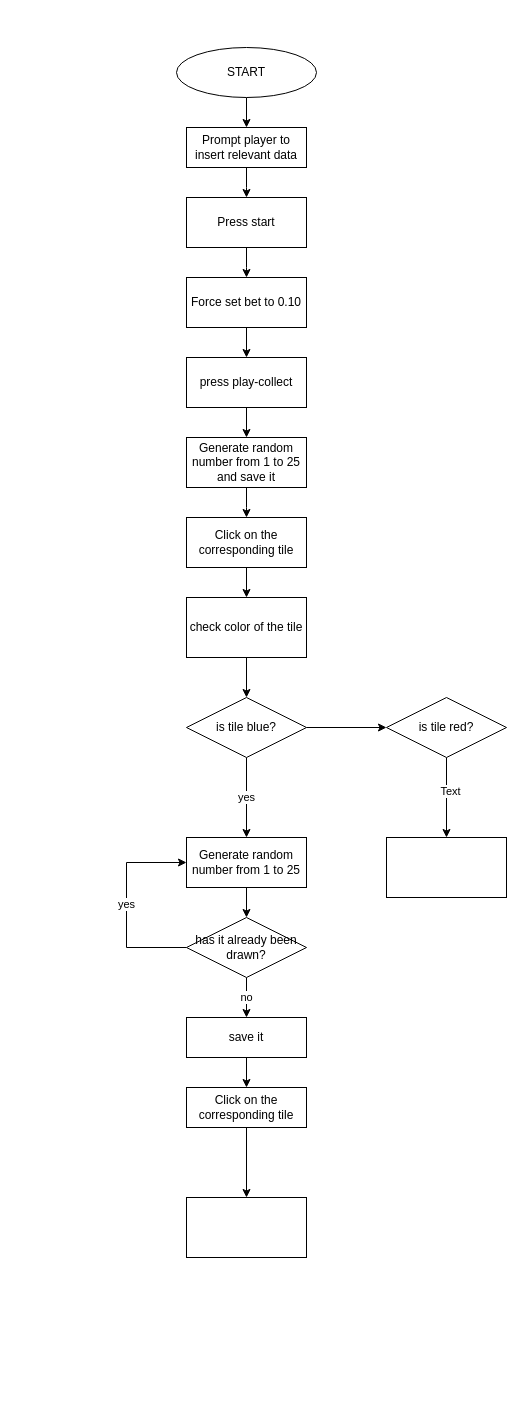
The draw.io diagram Diagramma senza titolo.drawio in RaveTheN/Gratta-e-vinci, before the edit. Source tidied: cells renumbered, new cells numbered last; positions are measured from the earlier drawing's top-left corner, leaving out a move shared by most shapes. Both pictures are drawn from the tidied source at 100%, with x=0, y=0 at pixel (126, 47).
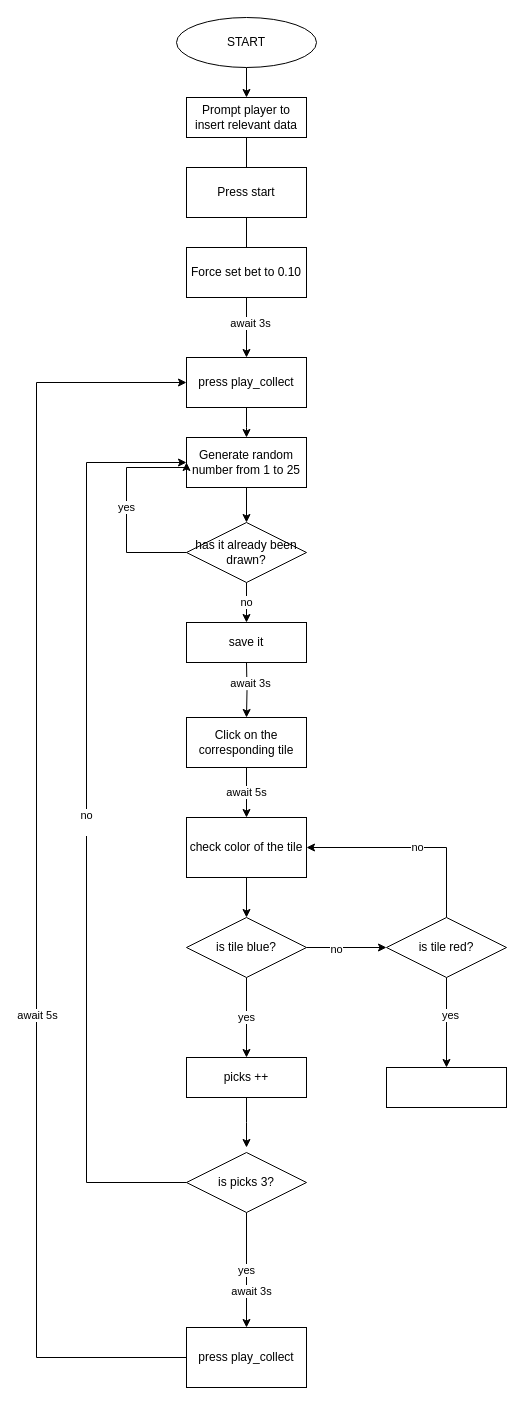
The same diagram, later.

The change refers to these unchanged cells:
```xml
<mxCell id="8" style="edgeStyle=orthogonalEdgeStyle;rounded=0;jettySize=auto;html=1;" parent="1" edge="1" source="9" target="11">
  <mxGeometry relative="1" as="geometry" />
</mxCell>
<mxCell id="19" style="edgeStyle=orthogonalEdgeStyle;rounded=0;jettySize=auto;html=1;" parent="1" edge="1" source="20" target="23">
  <mxGeometry relative="1" as="geometry" />
</mxCell>
<mxCell id="21" style="edgeStyle=orthogonalEdgeStyle;rounded=0;jettySize=auto;html=1;" parent="1" edge="1" source="23" target="24">
  <mxGeometry relative="1" as="geometry" />
</mxCell>
```

Diff of the diagram source:
```diff
@@
     <mxCell id="3" value="START" style="ellipse;whiteSpace=wrap;html=1;" parent="1" vertex="1">
-      <mxGeometry x="50" width="140" height="50" as="geometry" />
+      <mxGeometry x="50" y="-30" width="140" height="50" as="geometry" />
     </mxCell>
@@
     <mxCell id="5" value="Prompt player to insert relevant data" style="rounded=0;whiteSpace=wrap;html=1;" parent="1" vertex="1">
-      <mxGeometry x="60" y="80" width="120" height="40" as="geometry" />
+      <mxGeometry x="60" y="50" width="120" height="40" as="geometry" />
     </mxCell>
@@
     <mxCell id="7" value="Press start" style="rounded=0;whiteSpace=wrap;html=1;" parent="1" vertex="1">
-      <mxGeometry x="60" y="150" width="120" height="50" as="geometry" />
+      <mxGeometry x="60" y="120" width="120" height="50" as="geometry" />
     </mxCell>
@@
+    <mxCell id="35" value="await 3s" style="edgeLabel;html=1;align=center;verticalAlign=middle;" parent="8" vertex="1">
+      <mxGeometry x="-0.17" y="3" relative="1" as="geometry" />
+    </mxCell>
     <mxCell id="9" value="Force set bet to 0.10" style="rounded=0;whiteSpace=wrap;html=1;" parent="1" vertex="1">
-      <mxGeometry x="60" y="230" width="120" height="50" as="geometry" />
+      <mxGeometry x="60" y="200" width="120" height="50" as="geometry" />
     </mxCell>
-    <mxCell id="10" style="edgeStyle=orthogonalEdgeStyle;rounded=0;jettySize=auto;html=1;" parent="1" edge="1" source="11" target="13">
-      <mxGeometry relative="1" as="geometry" />
+    <mxCell id="10" style="edgeStyle=orthogonalEdgeStyle;rounded=0;jettySize=auto;html=1;" parent="1" edge="1" source="11">
+      <mxGeometry relative="1" as="geometry">
+        <mxPoint x="120" y="390" as="targetPoint" />
+      </mxGeometry>
     </mxCell>
-    <mxCell id="11" value="press play-collect" style="rounded=0;whiteSpace=wrap;html=1;" parent="1" vertex="1">
+    <mxCell id="11" value="press play_collect" style="rounded=0;whiteSpace=wrap;html=1;" parent="1" vertex="1">
       <mxGeometry x="60" y="310" width="120" height="50" as="geometry" />
     </mxCell>
-    <mxCell id="12" style="edgeStyle=orthogonalEdgeStyle;rounded=0;jettySize=auto;html=1;" parent="1" edge="1" source="13">
+    <mxCell id="12" style="edgeStyle=orthogonalEdgeStyle;rounded=0;jettySize=auto;html=1;entryX=0.5;entryY=0;entryDx=0;entryDy=0;" parent="1" edge="1" target="15">
       <mxGeometry relative="1" as="geometry">
-        <mxPoint x="120" y="470" as="targetPoint" />
+        <mxPoint x="120" y="615" as="sourcePoint" />
       </mxGeometry>
     </mxCell>
-    <mxCell id="13" value="Generate random number from 1 to 25 and save it" style="rounded=0;whiteSpace=wrap;html=1;" parent="1" vertex="1">
-      <mxGeometry x="60" y="390" width="120" height="50" as="geometry" />
-    </mxCell>
+    <mxCell id="36" value="await 3s" style="edgeLabel;html=1;align=center;verticalAlign=middle;" parent="12" vertex="1">
+      <mxGeometry x="-0.24" y="3" relative="1" as="geometry" />
+    </mxCell>
-    <mxCell id="14" style="edgeStyle=orthogonalEdgeStyle;rounded=0;jettySize=auto;html=1;" parent="1" edge="1" source="15" target="17">
+    <mxCell id="14" value="await 5s" style="edgeStyle=orthogonalEdgeStyle;rounded=0;jettySize=auto;html=1;" parent="1" edge="1" source="15" target="17">
       <mxGeometry relative="1" as="geometry" />
     </mxCell>
     <mxCell id="15" value="Click on the corresponding tile" style="rounded=0;whiteSpace=wrap;html=1;" parent="1" vertex="1">
-      <mxGeometry x="60" y="470" width="120" height="50" as="geometry" />
+      <mxGeometry x="60" y="670" width="120" height="50" as="geometry" />
     </mxCell>
@@
     <mxCell id="17" value="check color of the tile" style="whiteSpace=wrap;html=1;rounded=0;" parent="1" vertex="1">
-      <mxGeometry x="60" y="550" width="120" height="60" as="geometry" />
+      <mxGeometry x="60" y="770" width="120" height="60" as="geometry" />
     </mxCell>
     <mxCell id="18" value="yes" style="edgeStyle=orthogonalEdgeStyle;rounded=0;jettySize=auto;html=1;" parent="1" edge="1" source="20">
       <mxGeometry relative="1" as="geometry">
-        <mxPoint x="120" y="790" as="targetPoint" />
+        <mxPoint x="120" y="1010" as="targetPoint" />
       </mxGeometry>
     </mxCell>
@@
+    <mxCell id="37" value="no" style="edgeLabel;html=1;align=center;verticalAlign=middle;" parent="19" vertex="1">
+      <mxGeometry x="-0.28" y="-1" relative="1" as="geometry" />
+    </mxCell>
     <mxCell id="20" value="is tile blue?" style="rhombus;whiteSpace=wrap;html=1;rounded=0;" parent="1" vertex="1">
-      <mxGeometry x="60" y="650" width="120" height="60" as="geometry" />
+      <mxGeometry x="60" y="870" width="120" height="60" as="geometry" />
     </mxCell>
@@
-    <mxCell id="22" value="Text" style="edgeLabel;html=1;align=center;verticalAlign=middle;" parent="21" vertex="1">
+    <mxCell id="22" value="yes" style="edgeLabel;html=1;align=center;verticalAlign=middle;" parent="21" vertex="1">
       <mxGeometry x="-0.17" y="3" relative="1" as="geometry" />
     </mxCell>
+    <mxCell id="38" style="edgeStyle=orthogonalEdgeStyle;rounded=0;jettySize=auto;html=1;entryX=1;entryY=0.5;entryDx=0;entryDy=0;" parent="1" edge="1" source="23" target="17">
+      <mxGeometry relative="1" as="geometry">
+        <Array as="points">
+          <mxPoint x="320" y="800" />
+        </Array>
+      </mxGeometry>
+    </mxCell>
+    <mxCell id="39" value="no" style="edgeLabel;html=1;align=center;verticalAlign=middle;" parent="38" vertex="1">
+      <mxGeometry x="-0.05" y="-1" relative="1" as="geometry" />
+    </mxCell>
     <mxCell id="23" value="is tile red?" style="rhombus;whiteSpace=wrap;html=1;rounded=0;" parent="1" vertex="1">
-      <mxGeometry x="260" y="650" width="120" height="60" as="geometry" />
+      <mxGeometry x="260" y="870" width="120" height="60" as="geometry" />
     </mxCell>
     <mxCell id="24" style="rounded=0;whiteSpace=wrap;html=1;" parent="1" vertex="1">
-      <mxGeometry x="260" y="790" width="120" height="60" as="geometry" />
+      <mxGeometry x="260" y="1020" width="120" height="40" as="geometry" />
     </mxCell>
+    <mxCell id="40" style="edgeStyle=orthogonalEdgeStyle;rounded=0;jettySize=auto;html=1;" parent="1" edge="1" source="41">
+      <mxGeometry relative="1" as="geometry">
+        <mxPoint x="120" y="1100" as="targetPoint" />
+      </mxGeometry>
+    </mxCell>
+    <mxCell id="41" value="picks ++" style="rounded=0;whiteSpace=wrap;html=1;" parent="1" vertex="1">
+      <mxGeometry x="60" y="1010" width="120" height="40" as="geometry" />
+    </mxCell>
+    <mxCell id="42" value="no&lt;div&gt;&lt;br&gt;&lt;/div&gt;" style="edgeStyle=orthogonalEdgeStyle;rounded=0;jettySize=auto;html=1;entryX=0;entryY=0.5;entryDx=0;entryDy=0;" parent="1" edge="1" source="45" target="26">
+      <mxGeometry relative="1" as="geometry">
+        <Array as="points">
+          <mxPoint x="-40" y="1135" />
+          <mxPoint x="-40" y="415" />
+        </Array>
+      </mxGeometry>
+    </mxCell>
+    <mxCell id="43" value="yes" style="edgeStyle=orthogonalEdgeStyle;rounded=0;jettySize=auto;html=1;" parent="1" edge="1" source="45" target="48">
+      <mxGeometry relative="1" as="geometry" />
+    </mxCell>
+    <mxCell id="44" value="await 3s" style="edgeLabel;html=1;align=center;verticalAlign=middle;" parent="43" vertex="1">
+      <mxGeometry x="0.36" y="4" relative="1" as="geometry" />
+    </mxCell>
+    <mxCell id="45" value="is picks 3?" style="rhombus;whiteSpace=wrap;html=1;rounded=0;" parent="1" vertex="1">
+      <mxGeometry x="60" y="1105" width="120" height="60" as="geometry" />
+    </mxCell>
@@
     <mxCell id="26" value="Generate random number from 1 to 25" style="rounded=0;whiteSpace=wrap;html=1;" parent="1" vertex="1">
-      <mxGeometry x="60" y="790" width="120" height="50" as="geometry" />
+      <mxGeometry x="60" y="390" width="120" height="50" as="geometry" />
     </mxCell>
     <mxCell id="27" value="yes" style="edgeStyle=orthogonalEdgeStyle;rounded=0;jettySize=auto;html=1;entryX=0;entryY=0.5;entryDx=0;entryDy=0;" parent="1" edge="1" source="29" target="26">
       <mxGeometry relative="1" as="geometry">
         <Array as="points">
-          <mxPoint y="900" />
-          <mxPoint y="815" />
+          <mxPoint y="505" />
+          <mxPoint y="420" />
         </Array>
       </mxGeometry>
     </mxCell>
@@
     <mxCell id="29" value="has it already been drawn?" style="rhombus;whiteSpace=wrap;html=1;rounded=0;" parent="1" vertex="1">
-      <mxGeometry x="60" y="870" width="120" height="60" as="geometry" />
+      <mxGeometry x="60" y="475" width="120" height="60" as="geometry" />
     </mxCell>
-    <mxCell id="30" style="edgeStyle=orthogonalEdgeStyle;rounded=0;jettySize=auto;html=1;" parent="1" edge="1" source="31" target="33">
-      <mxGeometry relative="1" as="geometry" />
-    </mxCell>
     <mxCell id="31" value="save it" style="whiteSpace=wrap;html=1;rounded=0;" parent="1" vertex="1">
-      <mxGeometry x="60" y="970" width="120" height="40" as="geometry" />
+      <mxGeometry x="60" y="575" width="120" height="40" as="geometry" />
     </mxCell>
-    <mxCell id="32" style="edgeStyle=orthogonalEdgeStyle;rounded=0;jettySize=auto;html=1;" parent="1" edge="1" source="33" target="34">
-      <mxGeometry relative="1" as="geometry" />
-    </mxCell>
-    <mxCell id="33" value="Click on the corresponding tile" style="whiteSpace=wrap;html=1;rounded=0;" parent="1" vertex="1">
-      <mxGeometry x="60" y="1040" width="120" height="40" as="geometry" />
-    </mxCell>
-    <mxCell id="34" style="whiteSpace=wrap;html=1;rounded=0;" parent="1" vertex="1">
-      <mxGeometry x="60" y="1150" width="120" height="60" as="geometry" />
-    </mxCell>
+    <mxCell id="46" style="edgeStyle=orthogonalEdgeStyle;rounded=0;jettySize=auto;html=1;entryX=0;entryY=0.5;entryDx=0;entryDy=0;" parent="1" edge="1" source="48" target="11">
+      <mxGeometry relative="1" as="geometry">
+        <Array as="points">
+          <mxPoint x="-90" y="1310" />
+          <mxPoint x="-90" y="335" />
+        </Array>
+      </mxGeometry>
+    </mxCell>
+    <mxCell id="47" value="await 5s" style="edgeLabel;html=1;align=center;verticalAlign=middle;" parent="46" vertex="1">
+      <mxGeometry x="0.24" y="3" relative="1" as="geometry">
+        <mxPoint x="3" y="298" as="offset" />
+      </mxGeometry>
+    </mxCell>
+    <mxCell id="48" value="press play_collect" style="whiteSpace=wrap;html=1;rounded=0;" parent="1" vertex="1">
+      <mxGeometry x="60" y="1280" width="120" height="60" as="geometry" />
+    </mxCell>
```
